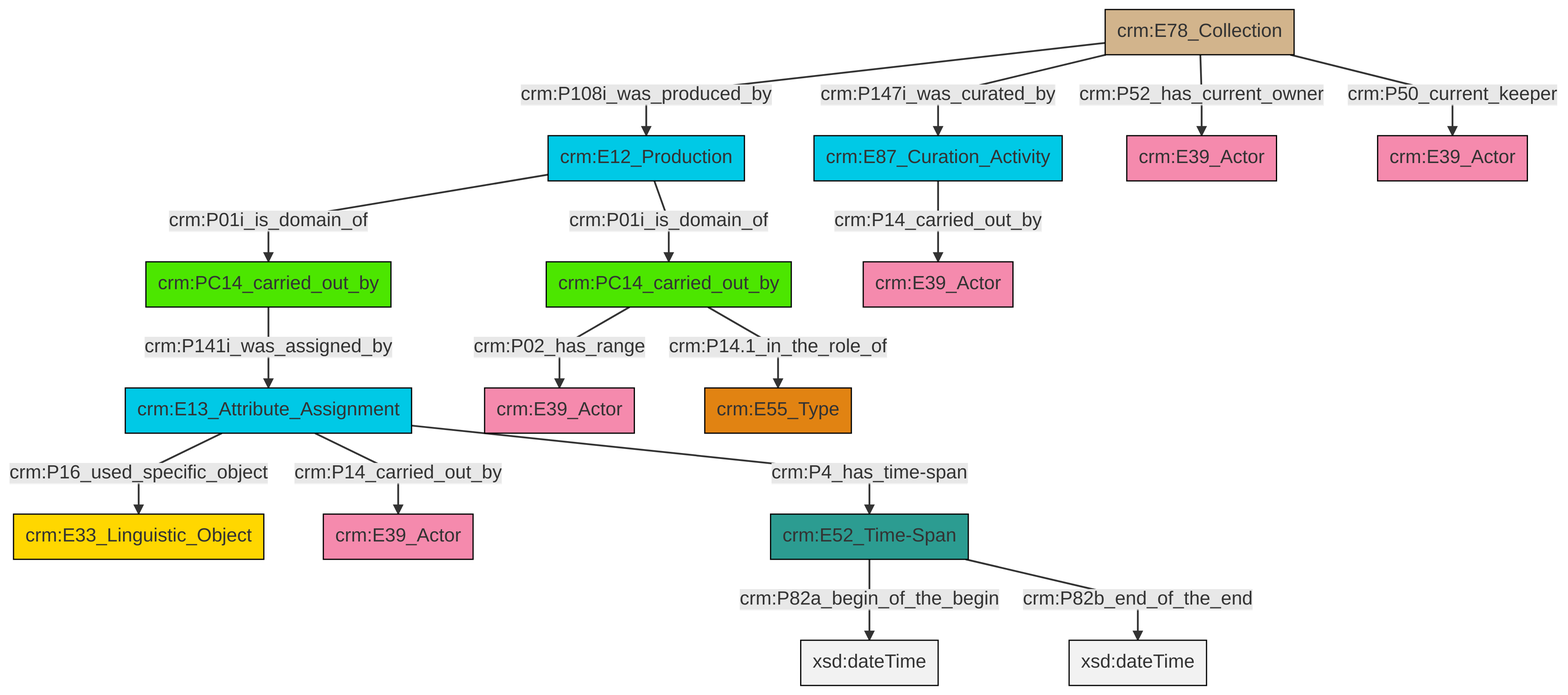
Earlier version of the Mermaid export et/archivalCSV/ttl/mmd/png/archival_relation.png (swiss-art-research-net/docs.swissartresearch). Its source is kept beside it as et/archivalCSV/ttl/mmd/archival_relation.ttl.mmd.
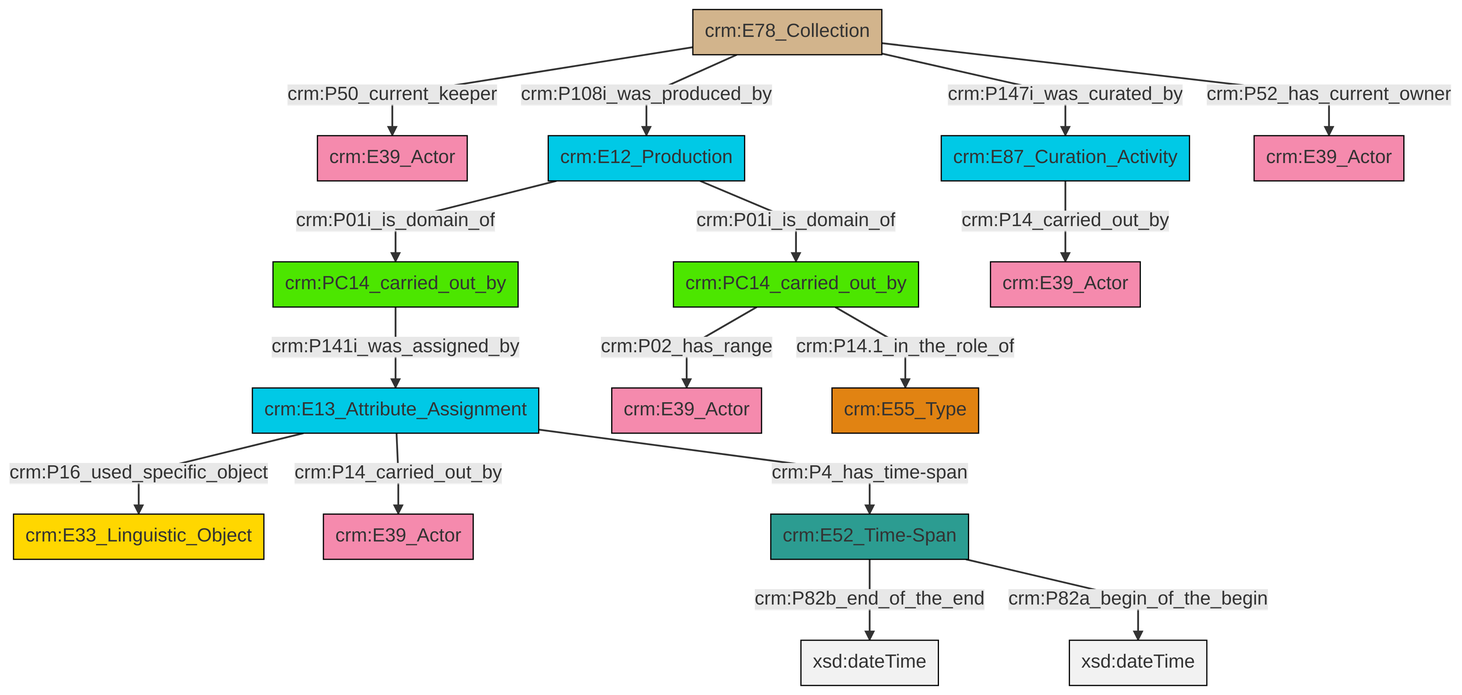
Above is the later version.

The edit, as a diff of the source:
```diff
@@ -13,18 +13,18 @@
 classDef PC_Classes fill:#4ce600, stroke:#000000;
 classDef Multi fill:#cccccc,stroke:#000000;
 
-2["crm:PC14_carried_out_by"]:::PC_Classes -->|crm:P02_has_range| 3["crm:E39_Actor"]:::Actor
-2["crm:PC14_carried_out_by"]:::PC_Classes -->|crm:P14.1_in_the_role_of| 4["crm:E55_Type"]:::Type
-5["crm:PC14_carried_out_by"]:::PC_Classes -->|crm:P141i_was_assigned_by| 0["crm:E13_Attribute_Assignment"]:::Temporal_Entity
-6["crm:E87_Curation_Activity"]:::Temporal_Entity -->|crm:P14_carried_out_by| 7["crm:E39_Actor"]:::Actor
-11["crm:E78_Collection"]:::Physical_Thing -->|crm:P147i_was_curated_by| 6["crm:E87_Curation_Activity"]:::Temporal_Entity
-0["crm:E13_Attribute_Assignment"]:::Temporal_Entity -->|crm:P14_carried_out_by| 12["crm:E39_Actor"]:::Actor
-11["crm:E78_Collection"]:::Physical_Thing -->|crm:P108i_was_produced_by| 14["crm:E12_Production"]:::Temporal_Entity
-19["crm:E52_Time-Span"]:::Time-Span -->|crm:P82a_begin_of_the_begin| 21[xsd:dateTime]:::Literal
-0["crm:E13_Attribute_Assignment"]:::Temporal_Entity -->|crm:P16_used_specific_object| 8["crm:E33_Linguistic_Object"]:::Conceptual_Object
-11["crm:E78_Collection"]:::Physical_Thing -->|crm:P52_has_current_owner| 15["crm:E39_Actor"]:::Actor
-11["crm:E78_Collection"]:::Physical_Thing -->|crm:P50_current_keeper| 17["crm:E39_Actor"]:::Actor
-0["crm:E13_Attribute_Assignment"]:::Temporal_Entity -->|crm:P4_has_time-span| 19["crm:E52_Time-Span"]:::Time-Span
-14["crm:E12_Production"]:::Temporal_Entity -->|crm:P01i_is_domain_of| 2["crm:PC14_carried_out_by"]:::PC_Classes
-14["crm:E12_Production"]:::Temporal_Entity -->|crm:P01i_is_domain_of| 5["crm:PC14_carried_out_by"]:::PC_Classes
-19["crm:E52_Time-Span"]:::Time-Span -->|crm:P82b_end_of_the_end| 29[xsd:dateTime]:::Literal
+0["crm:PC14_carried_out_by"]:::PC_Classes -->|crm:P02_has_range| 1["crm:E39_Actor"]:::Actor
+0["crm:PC14_carried_out_by"]:::PC_Classes -->|crm:P14.1_in_the_role_of| 3["crm:E55_Type"]:::Type
+5["crm:E13_Attribute_Assignment"]:::Temporal_Entity -->|crm:P16_used_specific_object| 6["crm:E33_Linguistic_Object"]:::Conceptual_Object
+11["crm:E12_Production"]:::Temporal_Entity -->|crm:P01i_is_domain_of| 12["crm:PC14_carried_out_by"]:::PC_Classes
+13["crm:E52_Time-Span"]:::Time-Span -->|crm:P82b_end_of_the_end| 16[xsd:dateTime]:::Literal
+9["crm:E78_Collection"]:::Physical_Thing -->|crm:P50_current_keeper| 20["crm:E39_Actor"]:::Actor
+9["crm:E78_Collection"]:::Physical_Thing -->|crm:P108i_was_produced_by| 11["crm:E12_Production"]:::Temporal_Entity
+9["crm:E78_Collection"]:::Physical_Thing -->|crm:P147i_was_curated_by| 21["crm:E87_Curation_Activity"]:::Temporal_Entity
+21["crm:E87_Curation_Activity"]:::Temporal_Entity -->|crm:P14_carried_out_by| 7["crm:E39_Actor"]:::Actor
+11["crm:E12_Production"]:::Temporal_Entity -->|crm:P01i_is_domain_of| 0["crm:PC14_carried_out_by"]:::PC_Classes
+5["crm:E13_Attribute_Assignment"]:::Temporal_Entity -->|crm:P14_carried_out_by| 24["crm:E39_Actor"]:::Actor
+9["crm:E78_Collection"]:::Physical_Thing -->|crm:P52_has_current_owner| 18["crm:E39_Actor"]:::Actor
+13["crm:E52_Time-Span"]:::Time-Span -->|crm:P82a_begin_of_the_begin| 29[xsd:dateTime]:::Literal
+12["crm:PC14_carried_out_by"]:::PC_Classes -->|crm:P141i_was_assigned_by| 5["crm:E13_Attribute_Assignment"]:::Temporal_Entity
+5["crm:E13_Attribute_Assignment"]:::Temporal_Entity -->|crm:P4_has_time-span| 13["crm:E52_Time-Span"]:::Time-Span
```
